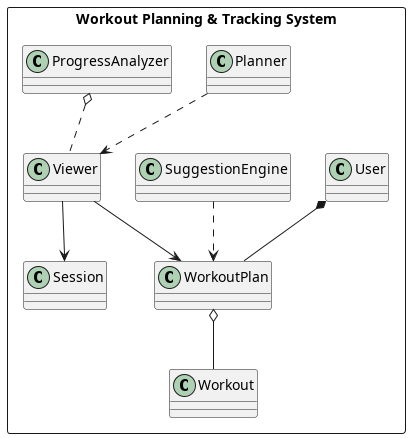
The PlantUML diagram docs/class-diagrams/overallClassDiagram.png in kevinru2023/Legion-Of-Code, before a commit. Source of this version:
```plantuml
@startuml overallClassDiagram

rectangle "Workout Planning & Tracking System" {
    class WorkoutPlan
    class Viewer
    class Session
    class Workout
    class User
    class SuggestionEngine
    class Planner
    class ProgressAnalyzer

    WorkoutPlan o-- Workout
    SuggestionEngine ..> WorkoutPlan
    Planner ..> Viewer
    Viewer --> WorkoutPlan
    Viewer --> Session
    ProgressAnalyzer o.. Viewer
    User *-- WorkoutPlan
}

@enduml
```
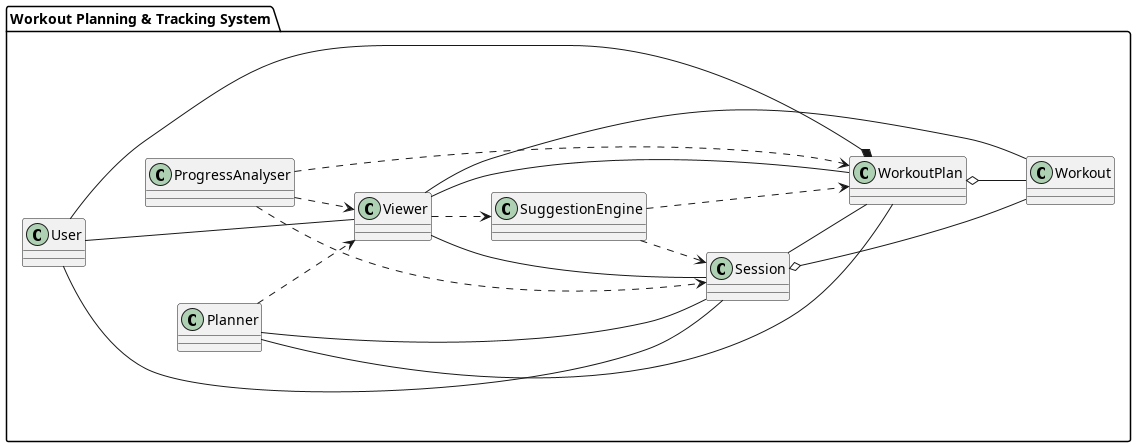
Above is the later version.

Commit message:
updated overall class diagram

What changed in the source:
```diff
@@ -1,22 +1,38 @@
 @startuml overallClassDiagram
+left to right direction
 
-rectangle "Workout Planning & Tracking System" {
+package "Workout Planning & Tracking System"{
+    class User
+    class Planner
+    class Viewer
     class WorkoutPlan
-    class Viewer
     class Session
     class Workout
-    class User
     class SuggestionEngine
-    class Planner
-    class ProgressAnalyzer
+    class ProgressAnalyser
+
+    User -down-* WorkoutPlan
+    User -down-- Session
+    User -down-- Viewer
+
+    Planner -- WorkoutPlan
+    Planner -- Session
+    Planner ..> Viewer
+
+    Viewer -- WorkoutPlan
+    Viewer -- Session
+    Viewer -- Workout
+    Viewer ..> SuggestionEngine
 
     WorkoutPlan o-- Workout
+    Session -- WorkoutPlan
+    Session o-- Workout
+
+    ProgressAnalyser ..> Viewer
+    ProgressAnalyser ..> Session
+    ProgressAnalyser ..> WorkoutPlan
+
     SuggestionEngine ..> WorkoutPlan
-    Planner ..> Viewer
-    Viewer --> WorkoutPlan
-    Viewer --> Session
-    ProgressAnalyzer o.. Viewer
-    User *-- WorkoutPlan
+    SuggestionEngine ..> Session
 }
-
 @enduml
```
